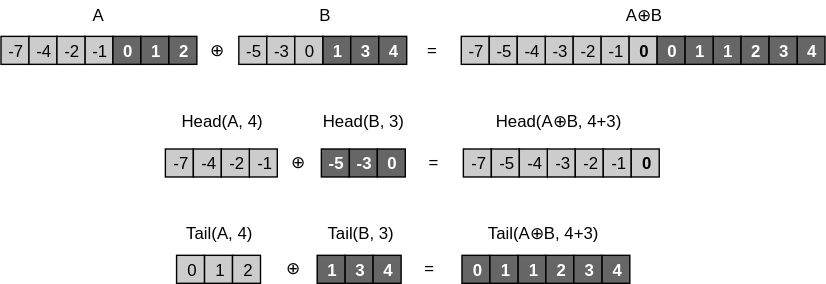
This is assets/images/median-two-sorted-arrays-fig-1a.svg from baites/baites.github.io, a draw.io export, as it was before one commit. Source tidied: cells renumbered, new cells last; positions are measured from the earlier drawing's top-left corner, leaving out a move shared by most shapes.
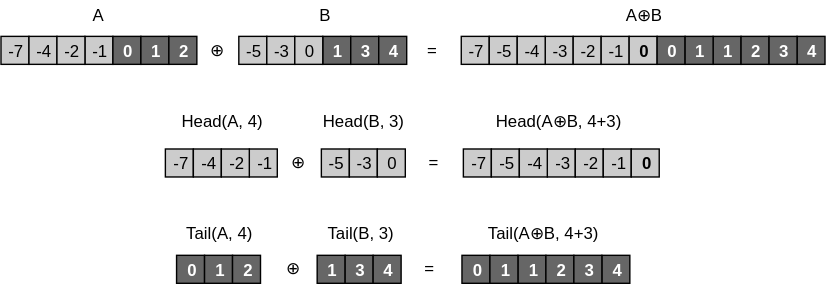
After the change.

The edit, as a diff of the source:
```diff
@@ -8,16 +8,16 @@
     <mxCell id="3" value="Tail(A, 4)" style="text;html=1;strokeColor=none;fillColor=none;align=center;verticalAlign=middle;whiteSpace=wrap;rounded=0;" parent="2" vertex="1">
       <mxGeometry width="69" height="20" as="geometry" />
     </mxCell>
-    <mxCell id="4" style="group;fillColor=#CCCCCC;" parent="2" vertex="1">
+    <mxCell id="4" style="group;fillColor=#666666;fontStyle=1;fontColor=#FFFFFF;" parent="2" vertex="1">
       <mxGeometry x="4.5" y="26" width="60" height="20" as="geometry" />
     </mxCell>
-    <mxCell id="5" value="0" style="whiteSpace=wrap;html=1;fillColor=#CCCCCC;" parent="4" vertex="1">
+    <mxCell id="5" value="0" style="whiteSpace=wrap;html=1;fillColor=#666666;fontStyle=1;fontColor=#FFFFFF;" parent="4" vertex="1">
       <mxGeometry width="20" height="20" as="geometry" />
     </mxCell>
-    <mxCell id="6" value="1" style="whiteSpace=wrap;html=1;fillColor=#CCCCCC;" parent="4" vertex="1">
+    <mxCell id="6" value="1" style="whiteSpace=wrap;html=1;fillColor=#666666;fontStyle=1;fontColor=#FFFFFF;" parent="4" vertex="1">
       <mxGeometry x="20" width="20" height="20" as="geometry" />
     </mxCell>
-    <mxCell id="7" value="2" style="whiteSpace=wrap;html=1;fillColor=#CCCCCC;" parent="4" vertex="1">
+    <mxCell id="7" value="2" style="whiteSpace=wrap;html=1;fillColor=#666666;fontStyle=1;fontColor=#FFFFFF;" parent="4" vertex="1">
       <mxGeometry x="40" width="20" height="20" as="geometry" />
     </mxCell>
     <mxCell id="8" value="⊕" style="text;html=1;align=left;verticalAlign=top;spacingTop=-4;" parent="2" vertex="1">
@@ -182,16 +182,16 @@
     <mxCell id="61" value="Head(B, 3)" style="text;html=1;strokeColor=none;fillColor=none;align=center;verticalAlign=middle;whiteSpace=wrap;rounded=0;" parent="1" vertex="1">
       <mxGeometry x="224.5" y="76" width="69" height="20" as="geometry" />
     </mxCell>
-    <mxCell id="62" style="group;fillColor=#666666;fontStyle=1;fontColor=#FFFFFF;" parent="1" vertex="1">
+    <mxCell id="62" style="group;fillColor=#CCCCCC;fontStyle=0;fontColor=#000000;" parent="1" vertex="1">
       <mxGeometry x="229" y="106" width="60" height="20" as="geometry" />
     </mxCell>
-    <mxCell id="63" value="-5" style="whiteSpace=wrap;html=1;fillColor=#666666;fontStyle=1;fontColor=#FFFFFF;" parent="62" vertex="1">
+    <mxCell id="63" value="-5" style="whiteSpace=wrap;html=1;fillColor=#CCCCCC;fontStyle=0;fontColor=#000000;" parent="62" vertex="1">
       <mxGeometry width="20" height="20" as="geometry" />
     </mxCell>
-    <mxCell id="64" value="-3" style="whiteSpace=wrap;html=1;fillColor=#666666;fontStyle=1;fontColor=#FFFFFF;" parent="62" vertex="1">
+    <mxCell id="64" value="-3" style="whiteSpace=wrap;html=1;fillColor=#CCCCCC;fontStyle=0;fontColor=#000000;" parent="62" vertex="1">
       <mxGeometry x="20" width="20" height="20" as="geometry" />
     </mxCell>
-    <mxCell id="65" value="0" style="whiteSpace=wrap;html=1;fillColor=#666666;fontStyle=1;fontColor=#FFFFFF;" parent="62" vertex="1">
+    <mxCell id="65" value="0" style="whiteSpace=wrap;html=1;fillColor=#CCCCCC;fontStyle=0;fontColor=#000000;" parent="62" vertex="1">
       <mxGeometry x="40" width="20" height="20" as="geometry" />
     </mxCell>
     <mxCell id="66" value="⊕" style="text;html=1;align=left;verticalAlign=top;spacingTop=-4;" parent="1" vertex="1">
```
